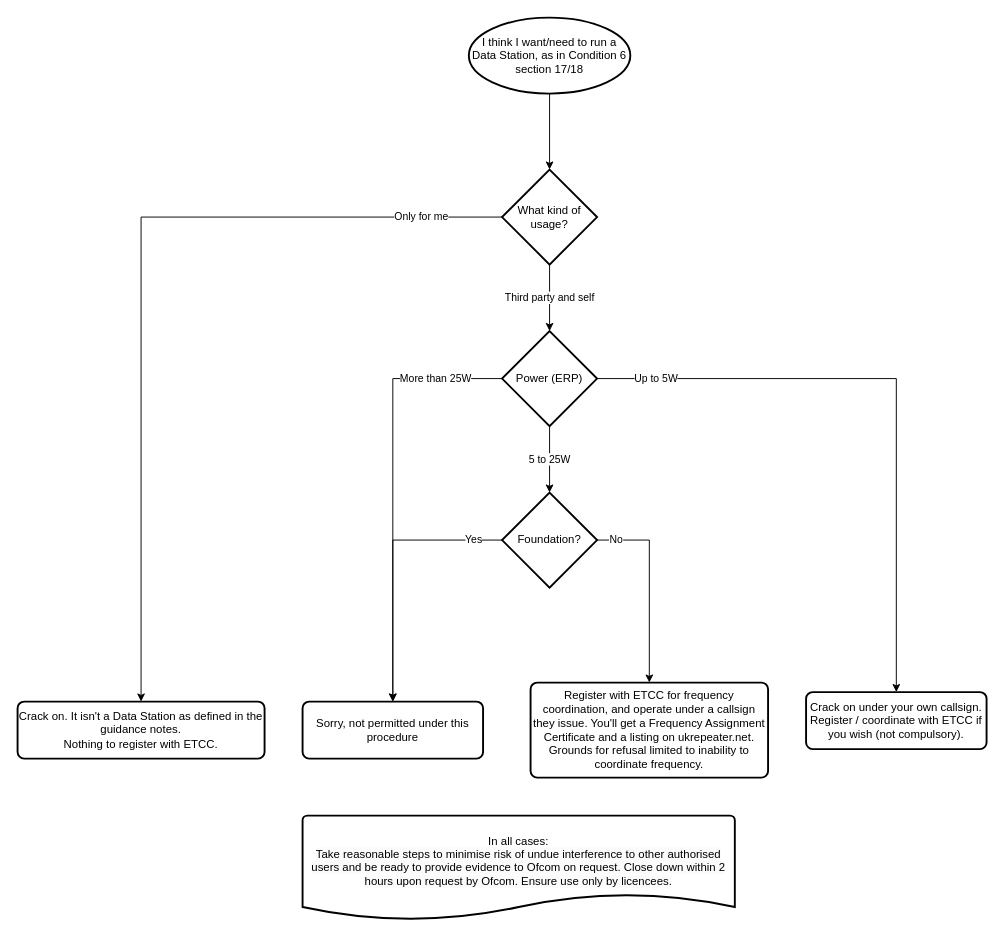
Online-Amateur-Radio-Club-M0OUK/packet-radio-metadata keeps this draw.io diagram as Data Station decision flowchart.drawio. Above is the earlier version. Source tidied: cells renumbered, new cells numbered last; positions are measured from the earlier drawing's top-left corner, leaving out a move shared by most shapes. Both pictures are drawn from the tidied source at 95%, with x=0, y=0 at pixel (17, 17).
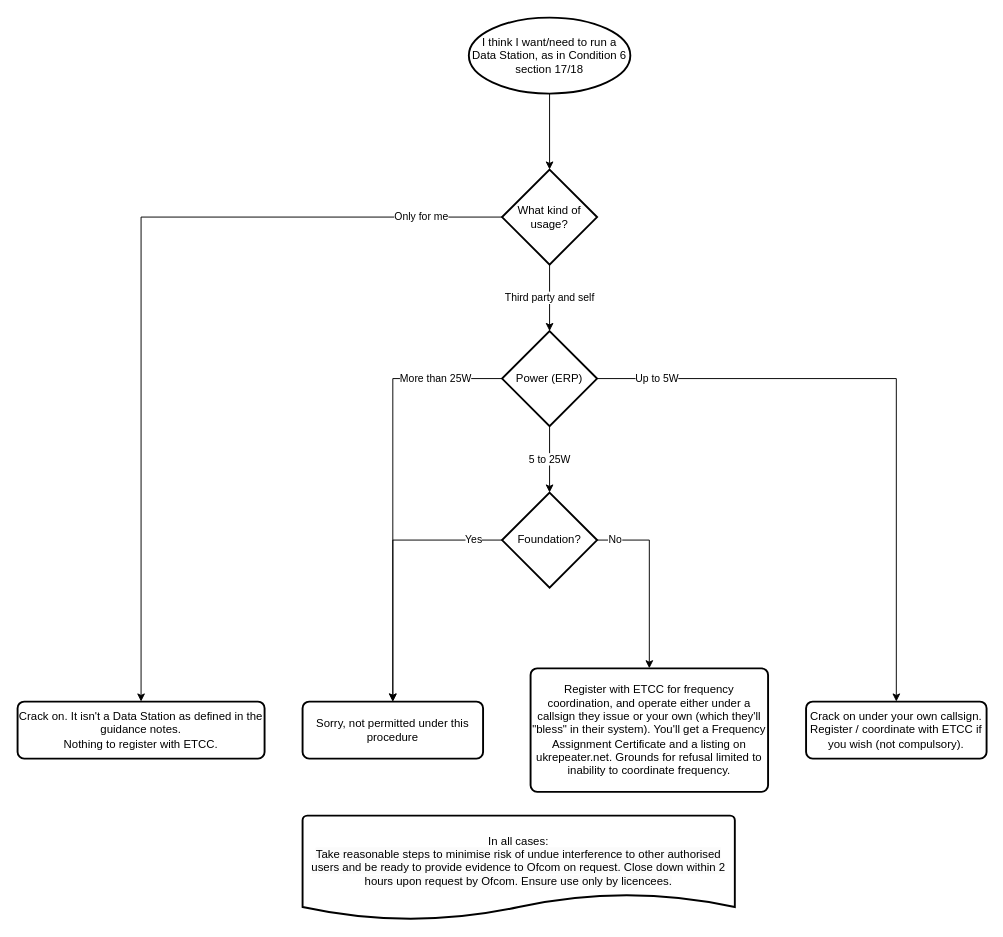
Above is the later version.

Change to the diagram source:
```diff
@@
     <mxCell id="3" value="Crack on under your own callsign.&lt;br&gt;Register / coordinate with ETCC if you wish (not compulsory)." style="rounded=1;whiteSpace=wrap;html=1;absoluteArcSize=1;arcSize=14;strokeWidth=2;" parent="1" vertex="1">
-      <mxGeometry x="830" y="710" width="190" height="60" as="geometry" />
+      <mxGeometry x="830" y="720" width="190" height="60" as="geometry" />
     </mxCell>
-    <mxCell id="4" value="Register with ETCC for frequency coordination, and operate under a callsign they issue. You'll get a Frequency Assignment Certificate and a listing on ukrepeater.net. Grounds for refusal limited to inability to coordinate frequency." style="rounded=1;whiteSpace=wrap;html=1;absoluteArcSize=1;arcSize=14;strokeWidth=2;" parent="1" vertex="1">
-      <mxGeometry x="540" y="700" width="250" height="100" as="geometry" />
+    <mxCell id="4" value="Register with ETCC for frequency coordination, and operate either under a callsign they issue or your own (which they'll &quot;bless&quot; in their system). You'll get a Frequency Assignment Certificate and a listing on ukrepeater.net. Grounds for refusal limited to inability to coordinate frequency." style="rounded=1;whiteSpace=wrap;html=1;absoluteArcSize=1;arcSize=14;strokeWidth=2;" parent="1" vertex="1">
+      <mxGeometry x="540" y="685" width="250" height="130" as="geometry" />
     </mxCell>
```
